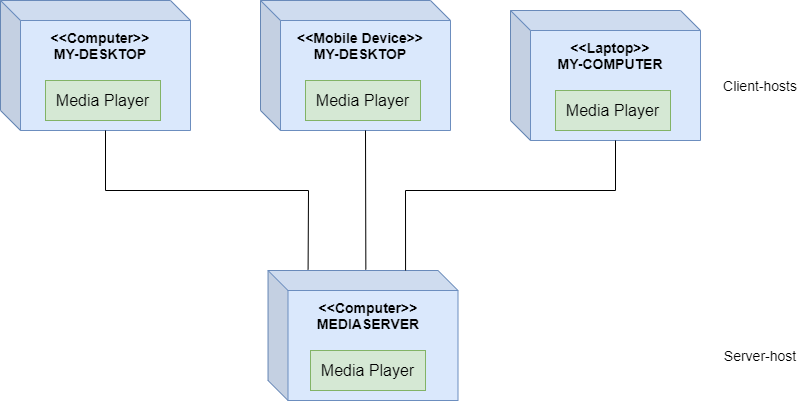
The draw.io diagram Architectural styles/Layred Systems/nTierDiagram.png in smitbmx/Architecture-Diagrams, before a commit. Source tidied: cells renumbered, new cells last; positions are measured from the earlier drawing's top-left corner, leaving out a move shared by most shapes.
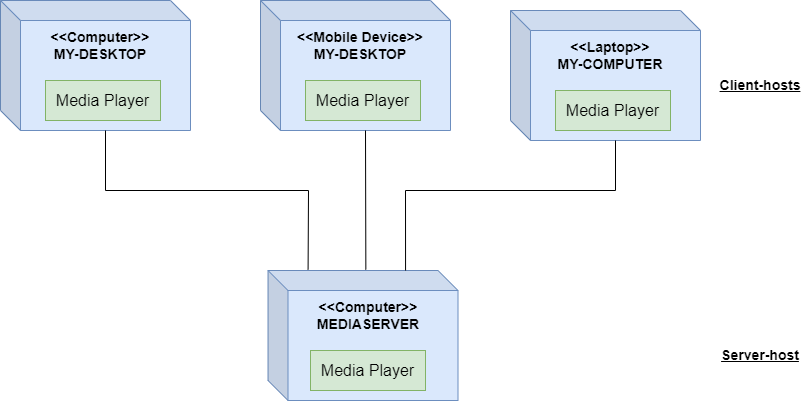
After the change.

The edit, as a diff of the source:
```diff
@@ -57,10 +57,10 @@
         </Array>
       </mxGeometry>
     </mxCell>
-    <mxCell id="17" value="Server-host" style="text;html=1;strokeColor=none;fillColor=none;align=center;verticalAlign=middle;whiteSpace=wrap;rounded=0;fontSize=14;" parent="1" vertex="1">
+    <mxCell id="17" value="Server-host" style="text;html=1;strokeColor=none;fillColor=none;align=center;verticalAlign=middle;whiteSpace=wrap;rounded=0;fontSize=14;fontStyle=5;" parent="1" vertex="1">
       <mxGeometry x="710" y="340" width="100" height="30" as="geometry" />
     </mxCell>
-    <mxCell id="18" value="Client-hosts" style="text;html=1;strokeColor=none;fillColor=none;align=center;verticalAlign=middle;whiteSpace=wrap;rounded=0;fontSize=14;" parent="1" vertex="1">
+    <mxCell id="18" value="Client-hosts" style="text;html=1;strokeColor=none;fillColor=none;align=center;verticalAlign=middle;whiteSpace=wrap;rounded=0;fontSize=14;fontStyle=5;" parent="1" vertex="1">
       <mxGeometry x="710" y="70" width="100" height="30" as="geometry" />
     </mxCell>
   </root>
```
